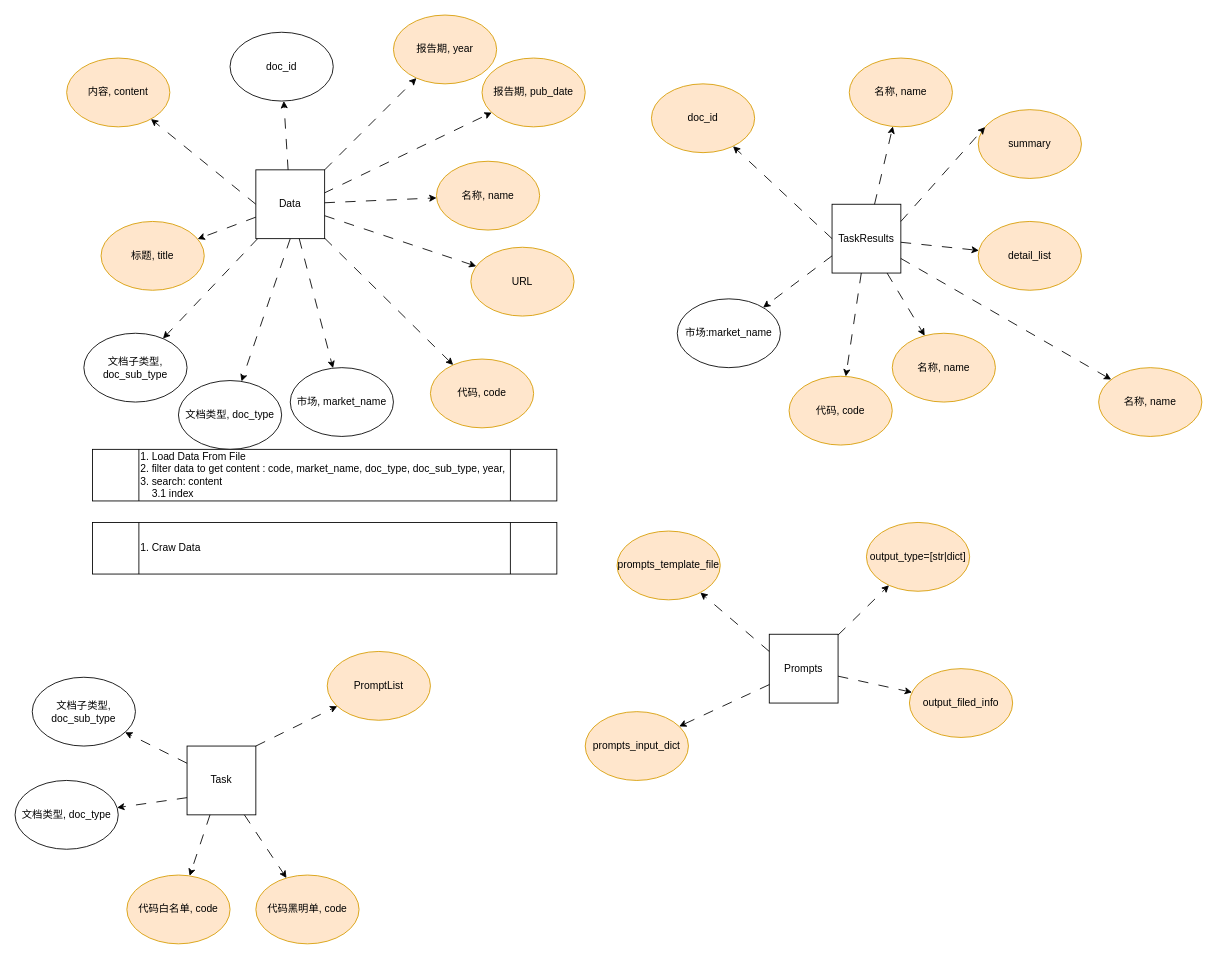
Above: page "entity" (2 of 5) of docs/alita_mini_demo.drawio in hellozhaojian/alita_demo (draw.io), before the change. Source tidied: cells renumbered, new cells numbered last; positions are measured from the earlier drawing's top-left corner, leaving out a move shared by most shapes. Both pictures are drawn from the tidied source at 86%, with x=0, y=0 at pixel (15, 15).
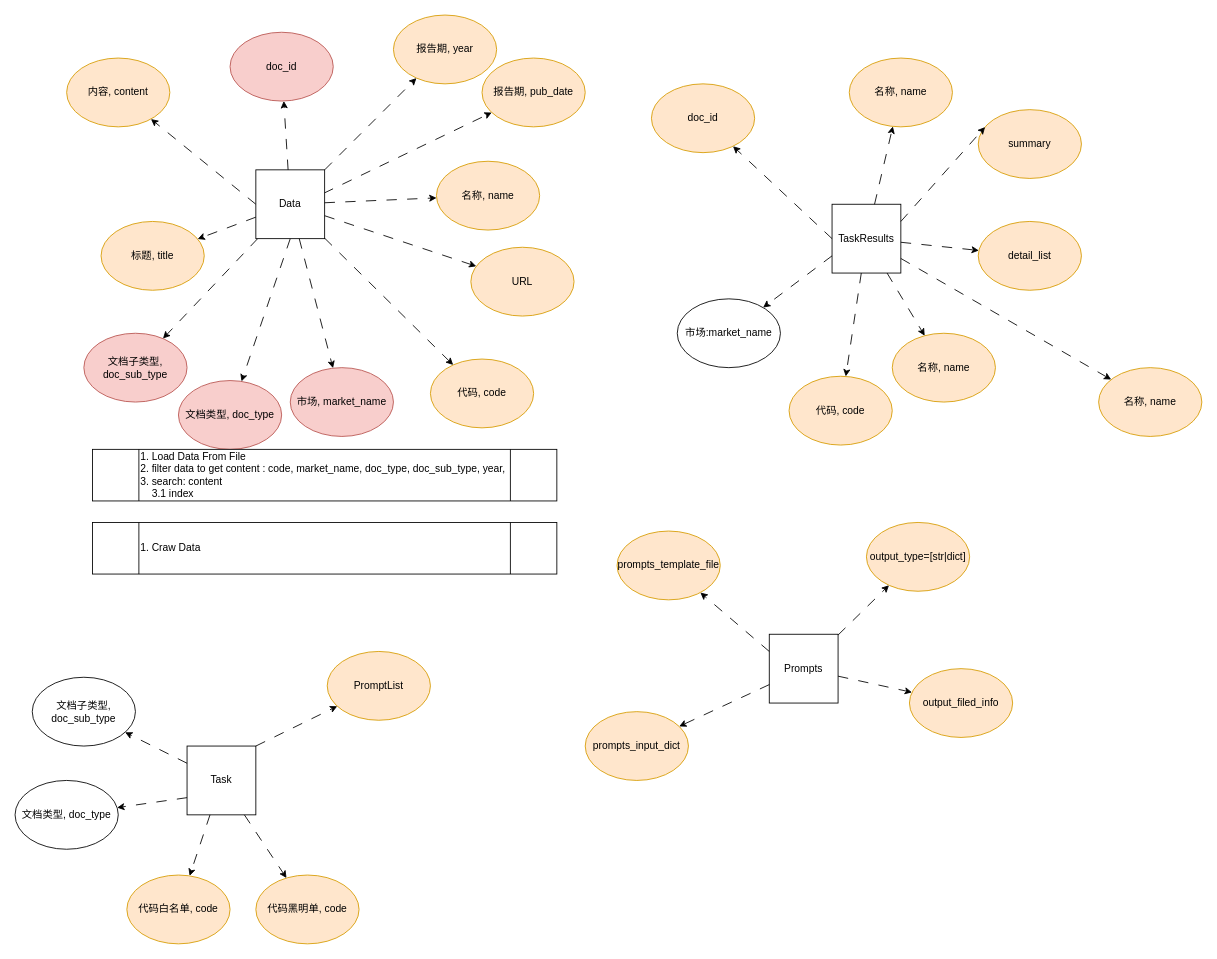
Above is the later version.

What changed in the source:
```diff
@@
-    <mxCell id="2" value="文档类型, doc_type" style="ellipse;whiteSpace=wrap;html=1;" parent="1" vertex="1">
+    <mxCell id="2" value="文档类型, doc_type" style="ellipse;whiteSpace=wrap;html=1;fillColor=#f8cecc;strokeColor=#b85450;" parent="1" vertex="1">
       <mxGeometry x="190" y="425" width="120" height="80" as="geometry" />
     </mxCell>
@@
-    <mxCell id="10" value="文档子类型, doc_sub_type" style="ellipse;whiteSpace=wrap;html=1;" parent="1" vertex="1">
+    <mxCell id="10" value="文档子类型, doc_sub_type" style="ellipse;whiteSpace=wrap;html=1;fillColor=#f8cecc;strokeColor=#b85450;" parent="1" vertex="1">
       <mxGeometry x="80" y="370" width="120" height="80" as="geometry" />
     </mxCell>
@@
-    <mxCell id="17" value="市场, market_name" style="ellipse;whiteSpace=wrap;html=1;" parent="1" vertex="1">
+    <mxCell id="17" value="市场, market_name" style="ellipse;whiteSpace=wrap;html=1;fillColor=#f8cecc;strokeColor=#b85450;" parent="1" vertex="1">
       <mxGeometry x="320" y="410" width="120" height="80" as="geometry" />
     </mxCell>
@@
-    <mxCell id="30" value="doc_id" style="ellipse;whiteSpace=wrap;html=1;" parent="1" vertex="1">
+    <mxCell id="30" value="doc_id" style="ellipse;whiteSpace=wrap;html=1;fillColor=#f8cecc;strokeColor=#b85450;" parent="1" vertex="1">
       <mxGeometry x="250" y="20" width="120" height="80" as="geometry" />
     </mxCell>
```
